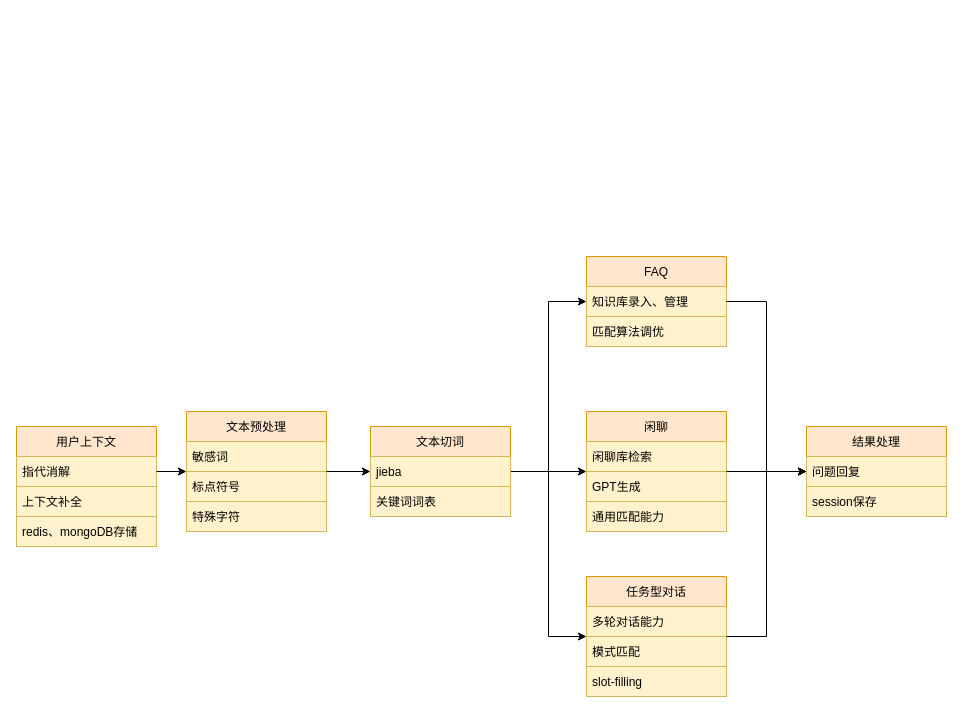
This is page "对话机器人构成" (1 of 5) of 智能内呼对话框架.drawio from mbabby/draw.io.file, a draw.io file, before an edit. Source tidied: cells renumbered, new cells numbered last; positions are measured from the earlier drawing's top-left corner, leaving out a move shared by most shapes. Both pictures are drawn from the tidied source at 100%, with x=0, y=0 at pixel (16, 256).
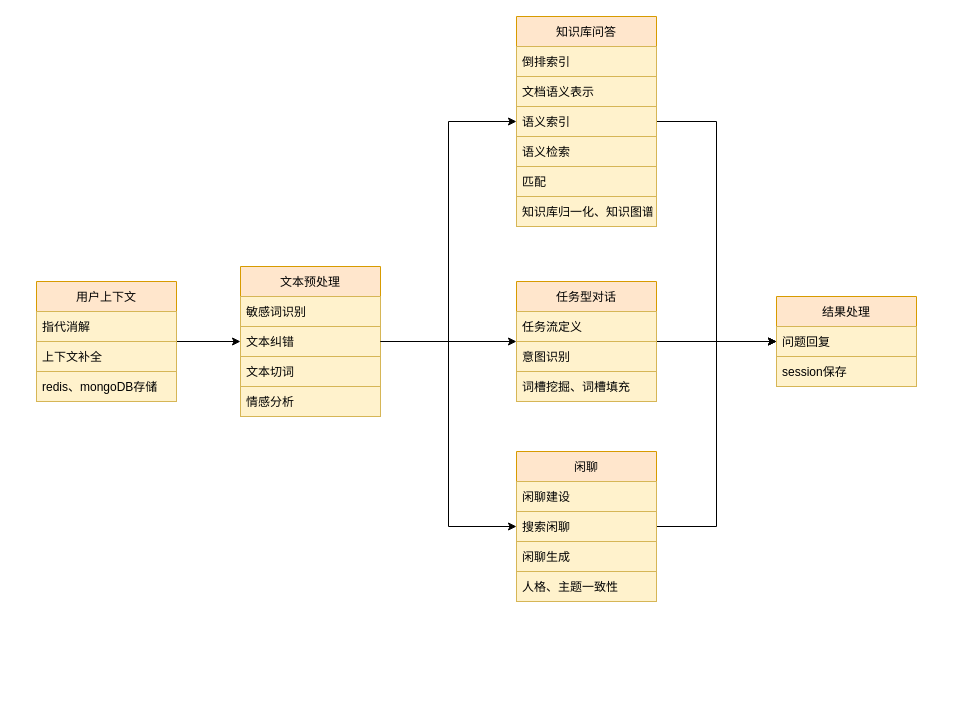
Above is the later version.

Commit message (it also covers changes not shown here):
Update 智能内呼对话框架.drawio

Unchanged cells that the change refers to:
```xml
<mxCell id="23" value="问题回复" style="text;strokeColor=#d6b656;fillColor=#fff2cc;align=left;verticalAlign=middle;spacingLeft=4;spacingRight=4;overflow=hidden;points=[[0,0.5],[1,0.5]];portConstraint=eastwest;" parent="22" vertex="1">
  <mxGeometry y="30" width="140" height="30" as="geometry" />
</mxCell>
```

The edit, as a diff of the source:
```diff
@@
+    <mxCell id="35" style="edgeStyle=orthogonalEdgeStyle;rounded=0;jettySize=auto;html=1;exitX=1;exitY=0.5;exitDx=0;exitDy=0;" parent="1" edge="1" source="2" target="38">
+      <mxGeometry relative="1" as="geometry" />
+    </mxCell>
     <mxCell id="2" value="用户上下文" style="swimlane;fontStyle=0;horizontal=1;startSize=30;fillColor=#ffe6cc;strokeColor=#d79b00;" parent="1" vertex="1">
-      <mxGeometry y="170" width="140" height="90" as="geometry" />
+      <mxGeometry x="20" y="25" width="140" height="120" as="geometry" />
     </mxCell>
@@
-    <mxCell id="5" style="edgeStyle=orthogonalEdgeStyle;rounded=0;jettySize=auto;html=1;exitX=1;exitY=0.5;exitDx=0;exitDy=0;entryX=0;entryY=0.5;entryDx=0;entryDy=0;" parent="1" edge="1" source="2" target="6">
-      <mxGeometry relative="1" as="geometry" />
-    </mxCell>
+    <mxCell id="34" value="redis、mongoDB存储" style="text;strokeColor=#d6b656;fillColor=#fff2cc;align=left;verticalAlign=middle;spacingLeft=4;spacingRight=4;overflow=hidden;" parent="2" vertex="1">
+      <mxGeometry y="90" width="140" height="30" as="geometry" />
+    </mxCell>
+    <mxCell id="36" style="edgeStyle=orthogonalEdgeStyle;rounded=0;jettySize=auto;html=1;exitX=1;exitY=0.5;exitDx=0;exitDy=0;entryX=0;entryY=0.5;entryDx=0;entryDy=0;" parent="1" edge="1" source="6" target="18">
+      <mxGeometry relative="1" as="geometry" />
+    </mxCell>
-    <mxCell id="6" value="文本预处理" style="swimlane;fontStyle=0;horizontal=1;startSize=30;fillColor=#ffe6cc;strokeColor=#d79b00;" parent="1" vertex="1">
-      <mxGeometry x="170" y="155" width="140" height="120" as="geometry" />
+    <mxCell id="6" value="文本预处理" style="swimlane;fontStyle=0;horizontal=1;startSize=30;fillColor=#ffe6cc;strokeColor=#d79b00;direction=east;" parent="1" vertex="1">
+      <mxGeometry x="224" y="10" width="140" height="150" as="geometry" />
     </mxCell>
-    <mxCell id="7" value="敏感词" style="text;strokeColor=#d6b656;fillColor=#fff2cc;align=left;verticalAlign=middle;spacingLeft=4;spacingRight=4;overflow=hidden;" parent="6" vertex="1">
-      <mxGeometry y="30" width="140" height="30" as="geometry" />
-    </mxCell>
-    <mxCell id="8" value="标点符号" style="text;strokeColor=#d6b656;fillColor=#fff2cc;align=left;verticalAlign=middle;spacingLeft=4;spacingRight=4;overflow=hidden;" parent="6" vertex="1">
-      <mxGeometry y="60" width="140" height="30" as="geometry" />
-    </mxCell>
-    <mxCell id="9" value="特殊字符" style="text;strokeColor=#d6b656;fillColor=#fff2cc;align=left;verticalAlign=middle;spacingLeft=4;spacingRight=4;overflow=hidden;" parent="6" vertex="1">
-      <mxGeometry y="90" width="140" height="30" as="geometry" />
-    </mxCell>
-    <mxCell id="10" style="edgeStyle=orthogonalEdgeStyle;rounded=0;jettySize=auto;html=1;exitX=1;exitY=0.5;exitDx=0;exitDy=0;entryX=0;entryY=0.5;entryDx=0;entryDy=0;" parent="1" edge="1" source="6" target="31">
-      <mxGeometry relative="1" as="geometry" />
-    </mxCell>
-    <mxCell id="11" value="FAQ" style="swimlane;fontStyle=0;horizontal=1;startSize=30;fillColor=#ffe6cc;strokeColor=#d79b00;" parent="1" vertex="1">
-      <mxGeometry x="570" width="140" height="90" as="geometry" />
-    </mxCell>
-    <mxCell id="12" value="知识库录入、管理" style="text;strokeColor=#d6b656;fillColor=#fff2cc;align=left;verticalAlign=middle;spacingLeft=4;spacingRight=4;overflow=hidden;" parent="11" vertex="1">
-      <mxGeometry y="30" width="140" height="30" as="geometry" />
-    </mxCell>
-    <mxCell id="13" value="匹配算法调优" style="text;strokeColor=#d6b656;fillColor=#fff2cc;align=left;verticalAlign=middle;spacingLeft=4;spacingRight=4;overflow=hidden;" parent="11" vertex="1">
-      <mxGeometry y="60" width="140" height="30" as="geometry" />
-    </mxCell>
+    <mxCell id="37" value="敏感词识别" style="text;strokeColor=#d6b656;fillColor=#fff2cc;align=left;verticalAlign=middle;spacingLeft=4;spacingRight=4;overflow=hidden;" parent="6" vertex="1">
+      <mxGeometry y="30" width="140" height="30" as="geometry" />
+    </mxCell>
+    <mxCell id="38" value="文本纠错" style="text;strokeColor=#d6b656;fillColor=#fff2cc;align=left;verticalAlign=middle;spacingLeft=4;spacingRight=4;overflow=hidden;points=[[0,0.5],[1,0.5]];portConstraint=eastwest;" parent="6" vertex="1">
+      <mxGeometry y="60" width="140" height="30" as="geometry" />
+    </mxCell>
+    <mxCell id="31" value="文本切词" style="text;strokeColor=#d6b656;fillColor=#fff2cc;align=left;verticalAlign=middle;spacingLeft=4;spacingRight=4;overflow=hidden;points=[[0,0.5],[1,0.5]];portConstraint=eastwest;" parent="6" vertex="1">
+      <mxGeometry y="90" width="140" height="30" as="geometry" />
+    </mxCell>
+    <mxCell id="39" value="情感分析" style="text;strokeColor=#d6b656;fillColor=#fff2cc;align=left;verticalAlign=middle;spacingLeft=4;spacingRight=4;overflow=hidden;" parent="6" vertex="1">
+      <mxGeometry y="120" width="140" height="30" as="geometry" />
+    </mxCell>
+    <mxCell id="40" style="edgeStyle=orthogonalEdgeStyle;rounded=0;jettySize=auto;html=1;exitX=1;exitY=0.5;exitDx=0;exitDy=0;entryX=0;entryY=0.5;entryDx=0;entryDy=0;" parent="1" edge="1" source="41" target="22">
+      <mxGeometry relative="1" as="geometry" />
+    </mxCell>
+    <mxCell id="41" value="知识库问答" style="swimlane;fontStyle=0;horizontal=1;startSize=30;fillColor=#ffe6cc;strokeColor=#d79b00;" parent="1" vertex="1">
+      <mxGeometry x="500" y="-240" width="140" height="210" as="geometry" />
+    </mxCell>
+    <mxCell id="42" value="倒排索引" style="text;strokeColor=#d6b656;fillColor=#fff2cc;align=left;verticalAlign=middle;spacingLeft=4;spacingRight=4;overflow=hidden;" parent="41" vertex="1">
+      <mxGeometry y="30" width="140" height="30" as="geometry" />
+    </mxCell>
+    <mxCell id="43" value="文档语义表示" style="text;strokeColor=#d6b656;fillColor=#fff2cc;align=left;verticalAlign=middle;spacingLeft=4;spacingRight=4;overflow=hidden;" parent="41" vertex="1">
+      <mxGeometry y="60" width="140" height="30" as="geometry" />
+    </mxCell>
+    <mxCell id="44" value="语义索引" style="text;strokeColor=#d6b656;fillColor=#fff2cc;align=left;verticalAlign=middle;spacingLeft=4;spacingRight=4;overflow=hidden;points=[[0,0.5],[1,0.5]];portConstraint=eastwest;" parent="41" vertex="1">
+      <mxGeometry y="90" width="140" height="30" as="geometry" />
+    </mxCell>
+    <mxCell id="45" value="语义检索" style="text;strokeColor=#d6b656;fillColor=#fff2cc;align=left;verticalAlign=middle;spacingLeft=4;spacingRight=4;overflow=hidden;" parent="41" vertex="1">
+      <mxGeometry y="120" width="140" height="30" as="geometry" />
+    </mxCell>
+    <mxCell id="46" value="匹配" style="text;strokeColor=#d6b656;fillColor=#fff2cc;align=left;verticalAlign=middle;spacingLeft=4;spacingRight=4;overflow=hidden;" parent="41" vertex="1">
+      <mxGeometry y="150" width="140" height="30" as="geometry" />
+    </mxCell>
+    <mxCell id="47" value="知识库归一化、知识图谱" style="text;strokeColor=#d6b656;fillColor=#fff2cc;align=left;verticalAlign=middle;spacingLeft=4;spacingRight=4;overflow=hidden;" parent="41" vertex="1">
+      <mxGeometry y="180" width="140" height="30" as="geometry" />
+    </mxCell>
+    <mxCell id="27" style="edgeStyle=orthogonalEdgeStyle;rounded=0;jettySize=auto;html=1;exitX=1;exitY=0.5;exitDx=0;exitDy=0;entryX=0;entryY=0.5;entryDx=0;entryDy=0;" parent="1" edge="1" source="18" target="22">
+      <mxGeometry relative="1" as="geometry" />
+    </mxCell>
+    <mxCell id="18" value="任务型对话" style="swimlane;fontStyle=0;horizontal=1;startSize=30;fillColor=#ffe6cc;strokeColor=#d79b00;" parent="1" vertex="1">
+      <mxGeometry x="500" y="25" width="140" height="120" as="geometry" />
+    </mxCell>
+    <mxCell id="48" value="任务流定义" style="text;strokeColor=#d6b656;fillColor=#fff2cc;align=left;verticalAlign=middle;spacingLeft=4;spacingRight=4;overflow=hidden;" parent="18" vertex="1">
+      <mxGeometry y="30" width="140" height="30" as="geometry" />
+    </mxCell>
+    <mxCell id="49" value="意图识别" style="text;strokeColor=#d6b656;fillColor=#fff2cc;align=left;verticalAlign=middle;spacingLeft=4;spacingRight=4;overflow=hidden;" parent="18" vertex="1">
+      <mxGeometry y="60" width="140" height="30" as="geometry" />
+    </mxCell>
+    <mxCell id="50" value="词槽挖掘、词槽填充" style="text;strokeColor=#d6b656;fillColor=#fff2cc;align=left;verticalAlign=middle;spacingLeft=4;spacingRight=4;overflow=hidden;" parent="18" vertex="1">
+      <mxGeometry y="90" width="140" height="30" as="geometry" />
+    </mxCell>
+    <mxCell id="51" style="edgeStyle=orthogonalEdgeStyle;rounded=0;jettySize=auto;html=1;exitX=1;exitY=0.5;exitDx=0;exitDy=0;entryX=0;entryY=0.5;entryDx=0;entryDy=0;" parent="1" edge="1" source="14" target="23">
+      <mxGeometry relative="1" as="geometry" />
+    </mxCell>
     <mxCell id="14" value="闲聊" style="swimlane;fontStyle=0;horizontal=1;startSize=30;fillColor=#ffe6cc;strokeColor=#d79b00;" parent="1" vertex="1">
-      <mxGeometry x="570" y="155" width="140" height="120" as="geometry" />
+      <mxGeometry x="500" y="195" width="140" height="150" as="geometry" />
     </mxCell>
-    <mxCell id="15" value="闲聊库检索" style="text;strokeColor=#d6b656;fillColor=#fff2cc;align=left;verticalAlign=middle;spacingLeft=4;spacingRight=4;overflow=hidden;" parent="14" vertex="1">
-      <mxGeometry y="30" width="140" height="30" as="geometry" />
-    </mxCell>
-    <mxCell id="16" value="GPT生成" style="text;strokeColor=#d6b656;fillColor=#fff2cc;align=left;verticalAlign=middle;spacingLeft=4;spacingRight=4;overflow=hidden;" parent="14" vertex="1">
-      <mxGeometry y="60" width="140" height="30" as="geometry" />
-    </mxCell>
-    <mxCell id="17" value="通用匹配能力" style="text;strokeColor=#d6b656;fillColor=#fff2cc;align=left;verticalAlign=middle;spacingLeft=4;spacingRight=4;overflow=hidden;" parent="14" vertex="1">
-      <mxGeometry y="90" width="140" height="30" as="geometry" />
-    </mxCell>
-    <mxCell id="18" value="任务型对话" style="swimlane;fontStyle=0;horizontal=1;startSize=30;fillColor=#ffe6cc;strokeColor=#d79b00;" parent="1" vertex="1">
-      <mxGeometry x="570" y="320" width="140" height="120" as="geometry" />
-    </mxCell>
-    <mxCell id="19" value="多轮对话能力" style="text;strokeColor=#d6b656;fillColor=#fff2cc;align=left;verticalAlign=middle;spacingLeft=4;spacingRight=4;overflow=hidden;" parent="18" vertex="1">
-      <mxGeometry y="30" width="140" height="30" as="geometry" />
-    </mxCell>
-    <mxCell id="20" value="模式匹配" style="text;strokeColor=#d6b656;fillColor=#fff2cc;align=left;verticalAlign=middle;spacingLeft=4;spacingRight=4;overflow=hidden;" parent="18" vertex="1">
-      <mxGeometry y="60" width="140" height="30" as="geometry" />
-    </mxCell>
-    <mxCell id="21" value="slot-filling" style="text;strokeColor=#d6b656;fillColor=#fff2cc;align=left;verticalAlign=middle;spacingLeft=4;spacingRight=4;overflow=hidden;" parent="18" vertex="1">
-      <mxGeometry y="90" width="140" height="30" as="geometry" />
-    </mxCell>
+    <mxCell id="52" value="闲聊建设" style="text;strokeColor=#d6b656;fillColor=#fff2cc;align=left;verticalAlign=middle;spacingLeft=4;spacingRight=4;overflow=hidden;" parent="14" vertex="1">
+      <mxGeometry y="30" width="140" height="30" as="geometry" />
+    </mxCell>
+    <mxCell id="53" value="搜索闲聊" style="text;strokeColor=#d6b656;fillColor=#fff2cc;align=left;verticalAlign=middle;spacingLeft=4;spacingRight=4;overflow=hidden;points=[[0,0.5],[1,0.5]];portConstraint=eastwest;" parent="14" vertex="1">
+      <mxGeometry y="60" width="140" height="30" as="geometry" />
+    </mxCell>
+    <mxCell id="54" value="闲聊生成" style="text;strokeColor=#d6b656;fillColor=#fff2cc;align=left;verticalAlign=middle;spacingLeft=4;spacingRight=4;overflow=hidden;" parent="14" vertex="1">
+      <mxGeometry y="90" width="140" height="30" as="geometry" />
+    </mxCell>
+    <mxCell id="55" value="人格、主题一致性" style="text;strokeColor=#d6b656;fillColor=#fff2cc;align=left;verticalAlign=middle;spacingLeft=4;spacingRight=4;overflow=hidden;" parent="14" vertex="1">
+      <mxGeometry y="120" width="140" height="30" as="geometry" />
+    </mxCell>
     <mxCell id="22" value="结果处理" style="swimlane;fontStyle=0;horizontal=1;startSize=30;fillColor=#ffe6cc;strokeColor=#d79b00;" parent="1" vertex="1">
-      <mxGeometry x="790" y="170" width="140" height="90" as="geometry" />
+      <mxGeometry x="760" y="40" width="140" height="90" as="geometry" />
     </mxCell>
@@
-    <mxCell id="25" style="edgeStyle=orthogonalEdgeStyle;rounded=0;jettySize=auto;html=1;exitX=1;exitY=0.5;exitDx=0;exitDy=0;entryX=0;entryY=0.5;entryDx=0;entryDy=0;" parent="1" edge="1" source="11" target="22">
-      <mxGeometry relative="1" as="geometry" />
-    </mxCell>
-    <mxCell id="26" style="edgeStyle=orthogonalEdgeStyle;rounded=0;jettySize=auto;html=1;entryX=0;entryY=0.5;entryDx=0;entryDy=0;exitX=1;exitY=0.5;exitDx=0;exitDy=0;" parent="1" edge="1" source="14" target="22">
-      <mxGeometry relative="1" as="geometry" />
-    </mxCell>
-    <mxCell id="27" style="edgeStyle=orthogonalEdgeStyle;rounded=0;jettySize=auto;html=1;exitX=1;exitY=0.5;exitDx=0;exitDy=0;entryX=0;entryY=0.5;entryDx=0;entryDy=0;" parent="1" edge="1" source="18" target="22">
-      <mxGeometry relative="1" as="geometry" />
-    </mxCell>
-    <mxCell id="28" style="edgeStyle=orthogonalEdgeStyle;rounded=0;jettySize=auto;html=1;exitX=1;exitY=0.5;exitDx=0;exitDy=0;entryX=0;entryY=0.5;entryDx=0;entryDy=0;" parent="1" edge="1" source="31" target="11">
-      <mxGeometry relative="1" as="geometry" />
-    </mxCell>
-    <mxCell id="29" style="edgeStyle=orthogonalEdgeStyle;rounded=0;jettySize=auto;html=1;exitX=1;exitY=0.5;exitDx=0;exitDy=0;entryX=0;entryY=0.5;entryDx=0;entryDy=0;" parent="1" edge="1" source="31" target="14">
-      <mxGeometry relative="1" as="geometry" />
-    </mxCell>
-    <mxCell id="30" style="edgeStyle=orthogonalEdgeStyle;rounded=0;jettySize=auto;html=1;exitX=1;exitY=0.5;exitDx=0;exitDy=0;entryX=0;entryY=0.5;entryDx=0;entryDy=0;" parent="1" edge="1" source="31" target="18">
-      <mxGeometry relative="1" as="geometry" />
-    </mxCell>
-    <mxCell id="31" value="文本切词" style="swimlane;fontStyle=0;horizontal=1;startSize=30;fillColor=#ffe6cc;strokeColor=#d79b00;" parent="1" vertex="1">
-      <mxGeometry x="354" y="170" width="140" height="90" as="geometry" />
-    </mxCell>
-    <mxCell id="32" value="jieba" style="text;strokeColor=#d6b656;fillColor=#fff2cc;align=left;verticalAlign=middle;spacingLeft=4;spacingRight=4;overflow=hidden;" parent="31" vertex="1">
-      <mxGeometry y="30" width="140" height="30" as="geometry" />
-    </mxCell>
-    <mxCell id="33" value="关键词词表" style="text;strokeColor=#d6b656;fillColor=#fff2cc;align=left;verticalAlign=middle;spacingLeft=4;spacingRight=4;overflow=hidden;" parent="31" vertex="1">
-      <mxGeometry y="60" width="140" height="30" as="geometry" />
-    </mxCell>
-    <mxCell id="34" value="redis、mongoDB存储" style="text;strokeColor=#d6b656;fillColor=#fff2cc;align=left;verticalAlign=middle;spacingLeft=4;spacingRight=4;overflow=hidden;" parent="1" vertex="1">
-      <mxGeometry y="260" width="140" height="30" as="geometry" />
-    </mxCell>
+    <mxCell id="56" style="edgeStyle=orthogonalEdgeStyle;rounded=0;jettySize=auto;html=1;exitX=1;exitY=0.5;exitDx=0;exitDy=0;entryX=0;entryY=0.5;entryDx=0;entryDy=0;" parent="1" edge="1" source="38" target="44">
+      <mxGeometry relative="1" as="geometry" />
+    </mxCell>
+    <mxCell id="57" style="edgeStyle=orthogonalEdgeStyle;rounded=0;jettySize=auto;html=1;exitX=1;exitY=0.5;exitDx=0;exitDy=0;entryX=0;entryY=0.5;entryDx=0;entryDy=0;" parent="1" edge="1" source="38" target="53">
+      <mxGeometry relative="1" as="geometry" />
+    </mxCell>
```
